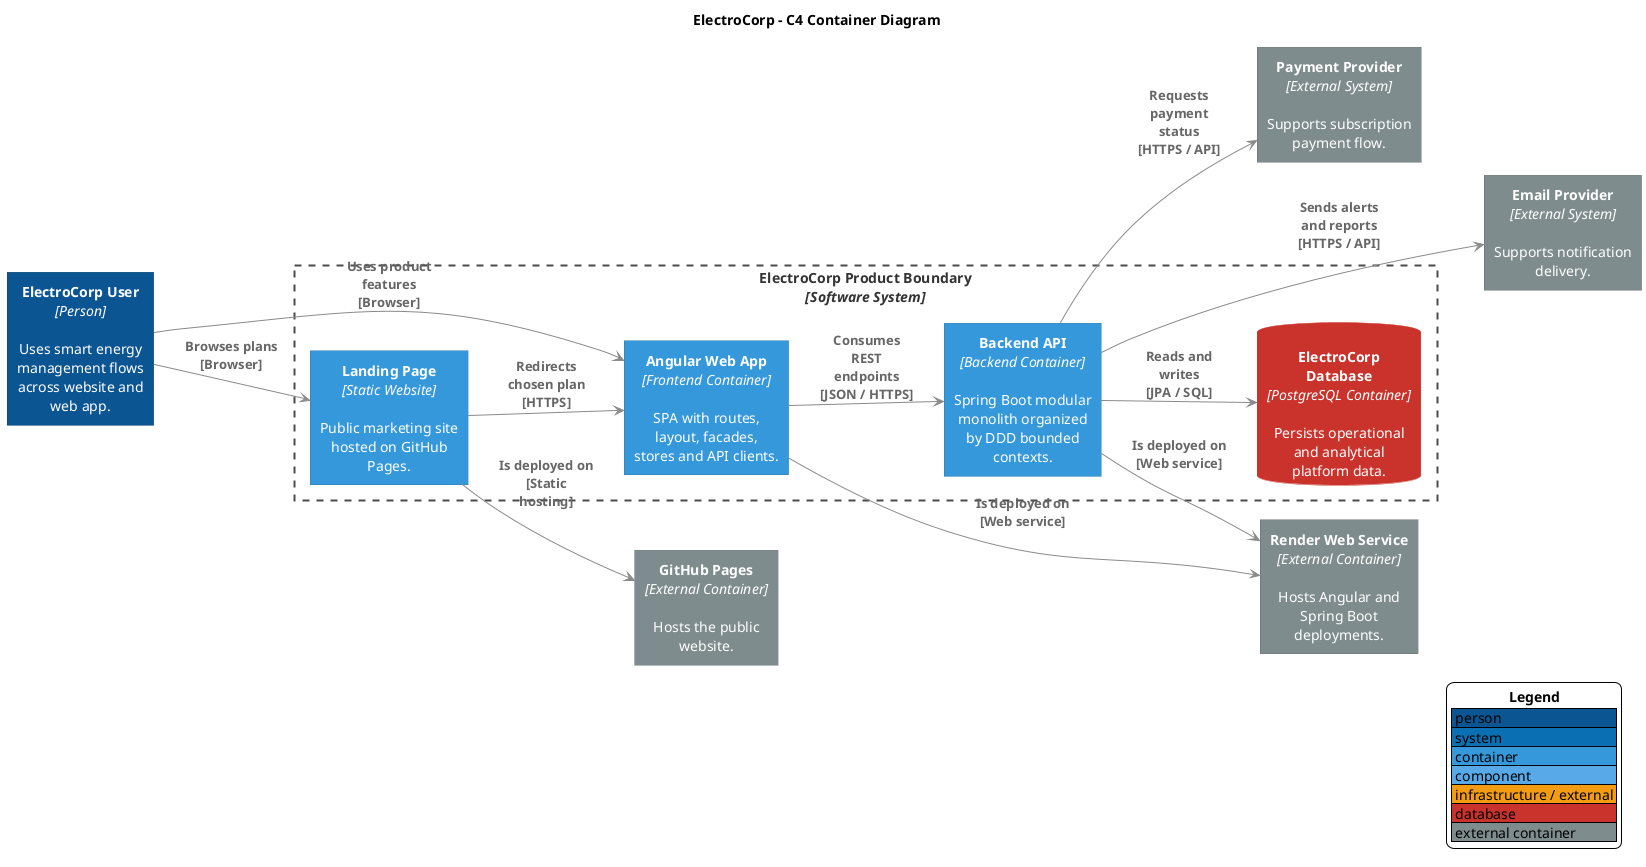
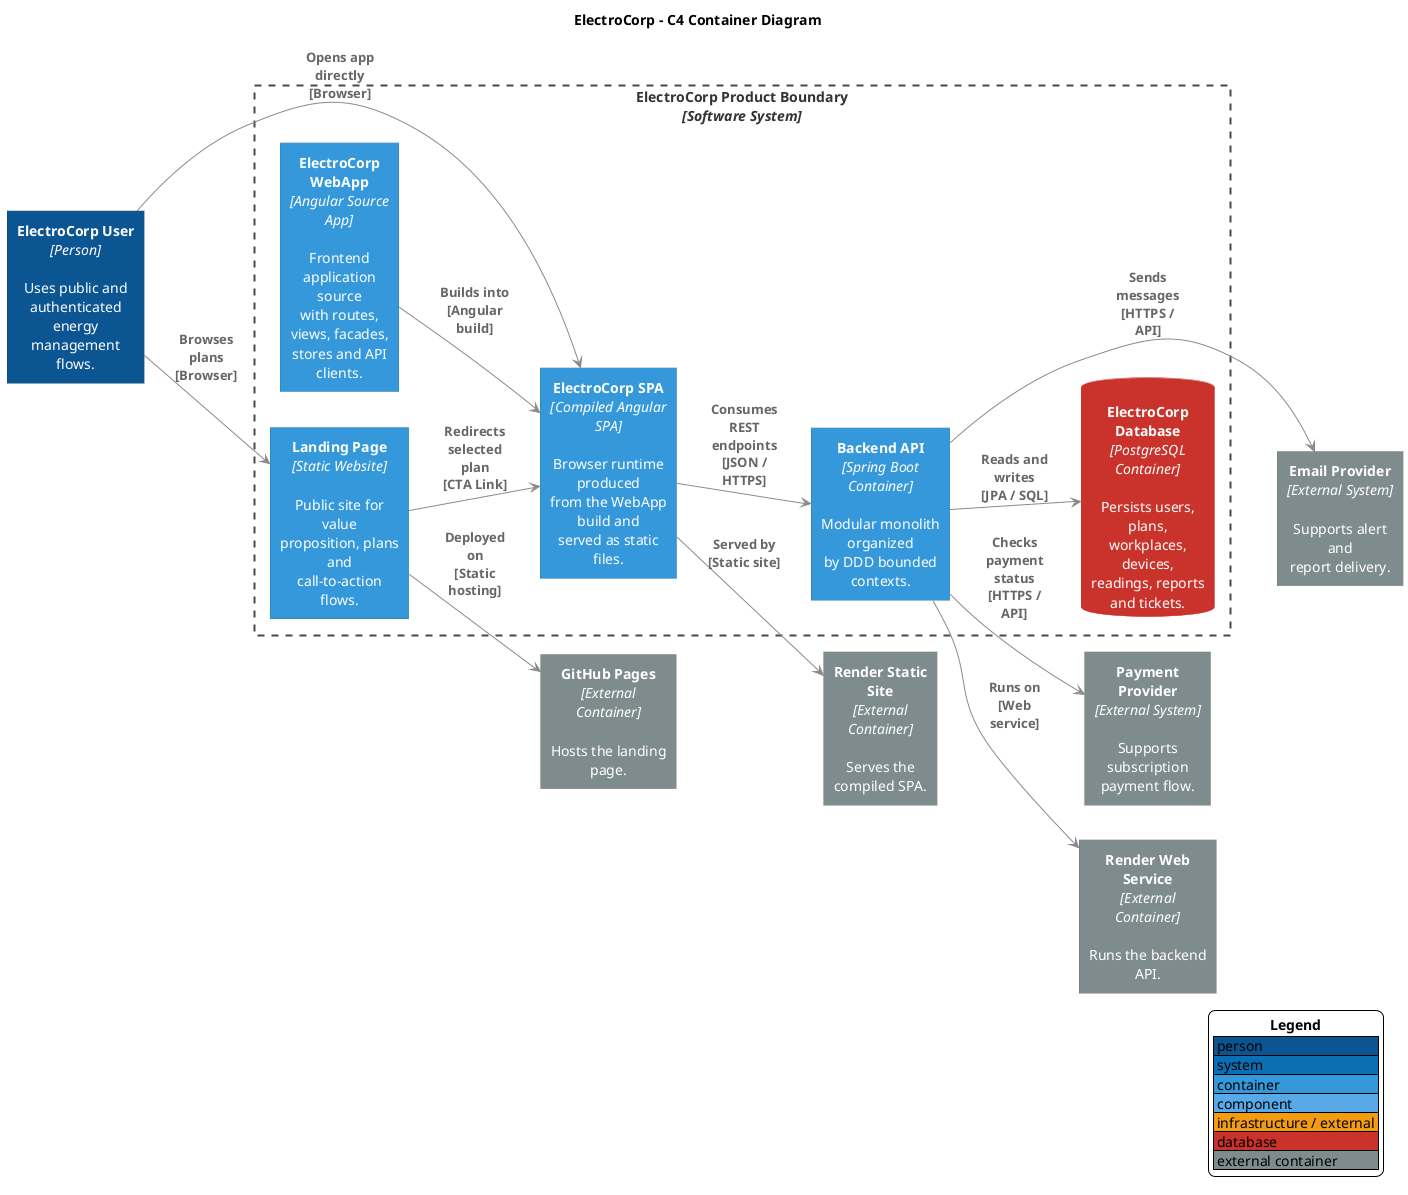
@startuml
skinparam backgroundColor #FFFFFF
skinparam shadowing false
skinparam defaultFontName Arial
skinparam defaultTextAlignment center
- skinparam wrapWidth 145
- skinparam maxMessageSize 95
+ skinparam wrapWidth 120
+ skinparam maxMessageSize 80
skinparam ArrowColor #8A8A8A
skinparam ArrowFontColor #666666
skinparam ArrowFontStyle bold
skinparam ArrowThickness 1
skinparam rectangleRoundCorner 0
skinparam rectangleBorderThickness 0
skinparam rectangleFontColor #FFFFFF
skinparam rectangleFontStyle plain
skinparam rectangle {
  BorderThickness 0
+ }
+ skinparam rectangle<<SystemBoundary>> {
+   BackgroundColor transparent
+   BorderColor #4A4A4A
+   BorderThickness 2
+   BorderStyle dashed
+   FontColor #333333
+   FontStyle bold
}
skinparam rectangle<<BoundedContext>> {
  BackgroundColor transparent
  BorderColor #4A4A4A
  BorderThickness 2
  BorderStyle dashed
  FontColor #333333
  FontStyle bold
}
skinparam databaseBackgroundColor #C9332B
skinparam databaseBorderColor #C9332B
skinparam databaseFontColor #FFFFFF
skinparam databaseFontStyle plain
hide stereotype
left to right direction

title ElectroCorp - C4 Container Diagram

- rectangle "<b>ElectroCorp User</b>\n<i>[Person]</i>\n\nUses smart energy management flows across website and web app." as User #0B5593
+ rectangle "<b>ElectroCorp User</b>\n<i>[Person]</i>\n\nUses public and authenticated\nenergy management flows." as User #0B5593

- rectangle "<b>ElectroCorp Product Boundary</b>\n<i>[Software System]</i>" as Product <<BoundedContext>> {
-   rectangle "<b>Landing Page</b>\n<i>[Static Website]</i>\n\nPublic marketing site hosted on GitHub Pages." as Website #3498DB
-   rectangle "<b>Angular Web App</b>\n<i>[Frontend Container]</i>\n\nSPA with routes, layout, facades, stores and API clients." as Spa #3498DB
-   rectangle "<b>Backend API</b>\n<i>[Backend Container]</i>\n\nSpring Boot modular monolith organized by DDD bounded contexts." as Api #3498DB
-   database "<b>ElectroCorp Database</b>\n<i>[PostgreSQL Container]</i>\n\nPersists operational and analytical platform data." as Db
+ rectangle "<b>ElectroCorp Product Boundary</b>\n<i>[Software System]</i>" as Product <<SystemBoundary>> {
+   rectangle "<b>Landing Page</b>\n<i>[Static Website]</i>\n\nPublic site for value\nproposition, plans and\ncall-to-action flows." as Website #3498DB
+   rectangle "<b>ElectroCorp WebApp</b>\n<i>[Angular Source App]</i>\n\nFrontend application source\nwith routes, views, facades,\nstores and API clients." as WebApp #3498DB
+   rectangle "<b>ElectroCorp SPA</b>\n<i>[Compiled Angular SPA]</i>\n\nBrowser runtime produced\nfrom the WebApp build and\nserved as static files." as Spa #3498DB
+   rectangle "<b>Backend API</b>\n<i>[Spring Boot Container]</i>\n\nModular monolith organized\nby DDD bounded contexts." as Api #3498DB
+   database "<b>ElectroCorp Database</b>\n<i>[PostgreSQL Container]</i>\n\nPersists users, plans,\nworkplaces, devices,\nreadings, reports and tickets." as Db
}

- rectangle "<b>GitHub Pages</b>\n<i>[External Container]</i>\n\nHosts the public website." as GithubPages #7F8C8D
- rectangle "<b>Render Web Service</b>\n<i>[External Container]</i>\n\nHosts Angular and Spring Boot deployments." as RenderWeb #7F8C8D
- rectangle "<b>Payment Provider</b>\n<i>[External System]</i>\n\nSupports subscription payment flow." as Payment #7F8C8D
- rectangle "<b>Email Provider</b>\n<i>[External System]</i>\n\nSupports notification delivery." as Mail #7F8C8D
+ rectangle "<b>GitHub Pages</b>\n<i>[External Container]</i>\n\nHosts the landing page." as GithubPages #7F8C8D
+ rectangle "<b>Render Static Site</b>\n<i>[External Container]</i>\n\nServes the compiled SPA." as RenderSpa #7F8C8D
+ rectangle "<b>Render Web Service</b>\n<i>[External Container]</i>\n\nRuns the backend API." as RenderApi #7F8C8D
+ rectangle "<b>Payment Provider</b>\n<i>[External System]</i>\n\nSupports subscription\npayment flow." as Payment #7F8C8D
+ rectangle "<b>Email Provider</b>\n<i>[External System]</i>\n\nSupports alert and\nreport delivery." as Mail #7F8C8D

User --> Website : Browses plans\n[Browser]
- Website --> Spa : Redirects chosen plan\n[HTTPS]
- User --> Spa : Uses product features\n[Browser]
- Spa --> Api : Consumes REST endpoints\n[JSON / HTTPS]
+ Website --> Spa : Redirects selected\nplan\n[CTA Link]
+ User --> Spa : Opens app directly\n[Browser]
+ WebApp --> Spa : Builds into\n[Angular build]
+ Spa --> Api : Consumes REST\nendpoints\n[JSON / HTTPS]
Api --> Db : Reads and writes\n[JPA / SQL]
- Website --> GithubPages : Is deployed on\n[Static hosting]
- Spa --> RenderWeb : Is deployed on\n[Web service]
- Api --> RenderWeb : Is deployed on\n[Web service]
- Api --> Payment : Requests payment status\n[HTTPS / API]
- Api --> Mail : Sends alerts and reports\n[HTTPS / API]
+ Website --> GithubPages : Deployed on\n[Static hosting]
+ Spa --> RenderSpa : Served by\n[Static site]
+ Api --> RenderApi : Runs on\n[Web service]
+ Api --> Payment : Checks payment\nstatus\n[HTTPS / API]
+ Api --> Mail : Sends messages\n[HTTPS / API]

- Website -[hidden]right- Spa
+ Website -[hidden]right- WebApp
+ WebApp -[hidden]right- Spa
Spa -[hidden]right- Api
Api -[hidden]right- Db
- GithubPages -[hidden]down- RenderWeb
+ GithubPages -[hidden]down- RenderSpa
+ RenderSpa -[hidden]down- RenderApi
Payment -[hidden]down- Mail

legend right
  <b>Legend</b>
  |<#0B5593> person |
  |<#0B6FB3> system |
  |<#3498DB> container |
  |<#58A9E8> component |
  |<#F39C12> infrastructure / external |
  |<#C9332B> database |
  |<#7F8C8D> external container |
endlegend

@enduml
